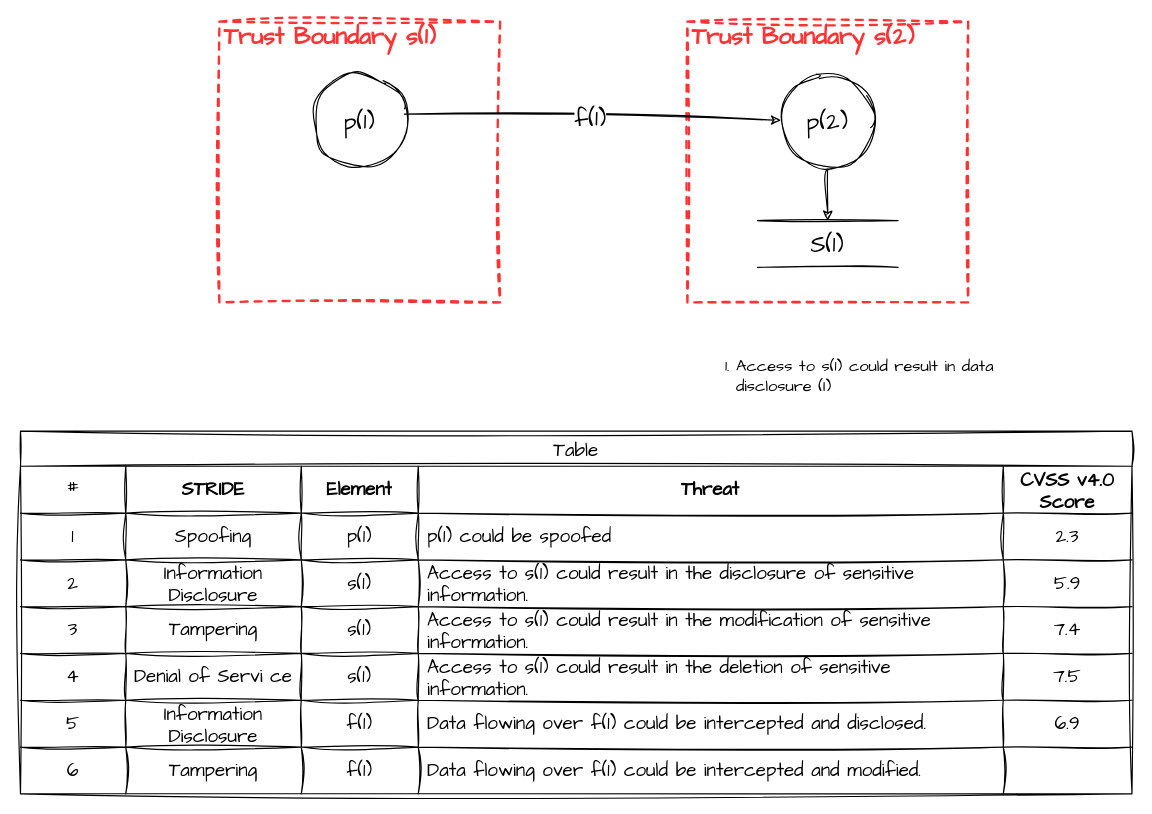
Jim-Sweeting/Drawio keeps this draw.io diagram as threat-model-76709aca-15c3-4c09-a234-aa7a41e012bc.drawio. Above is the earlier version. Source tidied: cells renumbered, new cells numbered last; positions are measured from the earlier drawing's top-left corner, leaving out a move shared by most shapes. Both pictures are drawn from the tidied source at 117%, with x=0, y=0 at pixel (20, 21).
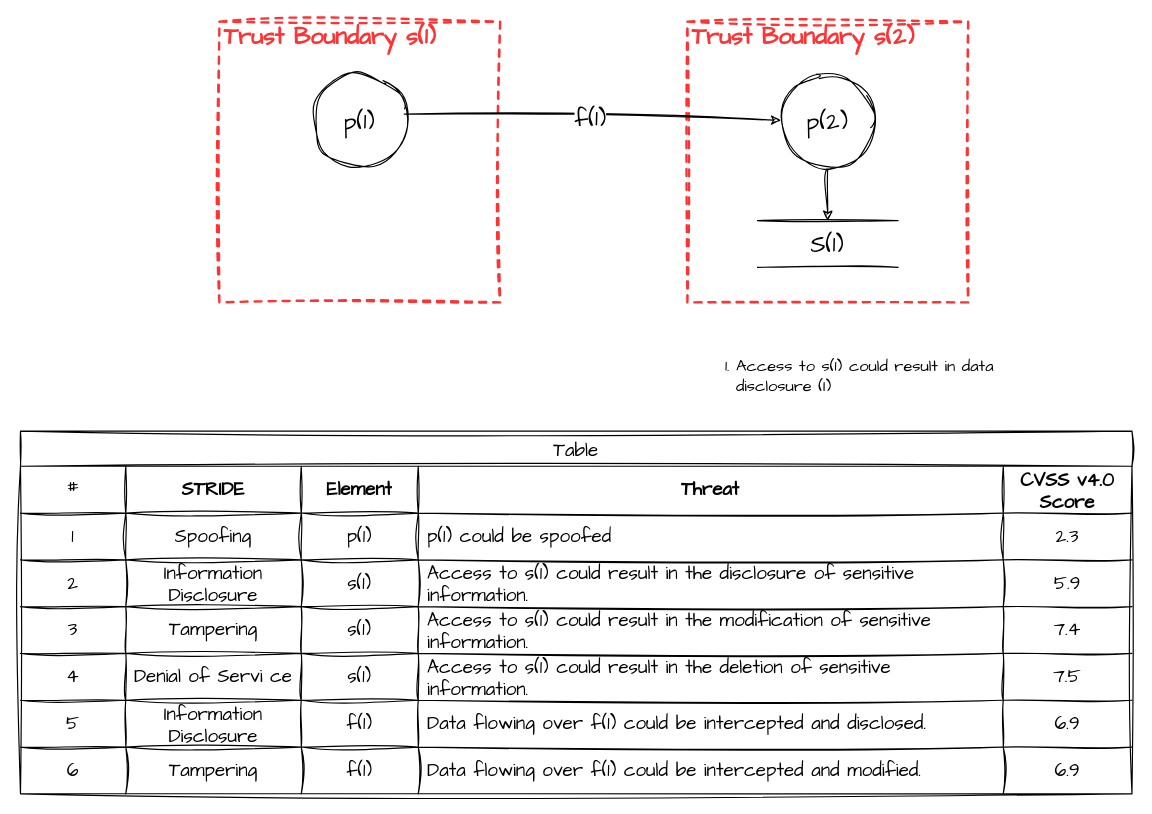
The same diagram, later.

The change refers to these unchanged cells:
```xml
<mxCell id="48" style="shape=tableRow;horizontal=0;startSize=0;swimlaneHead=0;swimlaneBody=0;strokeColor=inherit;top=0;left=0;bottom=0;right=0;fillColor=none;fontSize=16;sketch=1;hachureGap=4;jiggle=2;curveFitting=1;fontFamily=Architects Daughter;" parent="11" vertex="1">
  <mxGeometry y="270" width="950" height="40" as="geometry" />
</mxCell>
```

Diff of the diagram source:
```diff
@@
-    <mxCell id="53" style="shape=partialRectangle;html=1;whiteSpace=wrap;strokeColor=inherit;overflow=hidden;fillColor=none;top=0;left=0;bottom=0;right=0;fontSize=16;sketch=1;hachureGap=4;jiggle=2;curveFitting=1;fontFamily=Architects Daughter;align=left;spacingLeft=6;spacingRight=6;" parent="48" vertex="1">
+    <mxCell id="53" value="6.9" style="shape=partialRectangle;html=1;whiteSpace=wrap;strokeColor=inherit;overflow=hidden;fillColor=none;top=0;left=0;bottom=0;right=0;fontSize=16;sketch=1;hachureGap=4;jiggle=2;curveFitting=1;fontFamily=Architects Daughter;align=center;spacingLeft=6;spacingRight=6;" parent="48" vertex="1">
       <mxGeometry x="840" width="110" height="40" as="geometry" />
     </mxCell>
```
